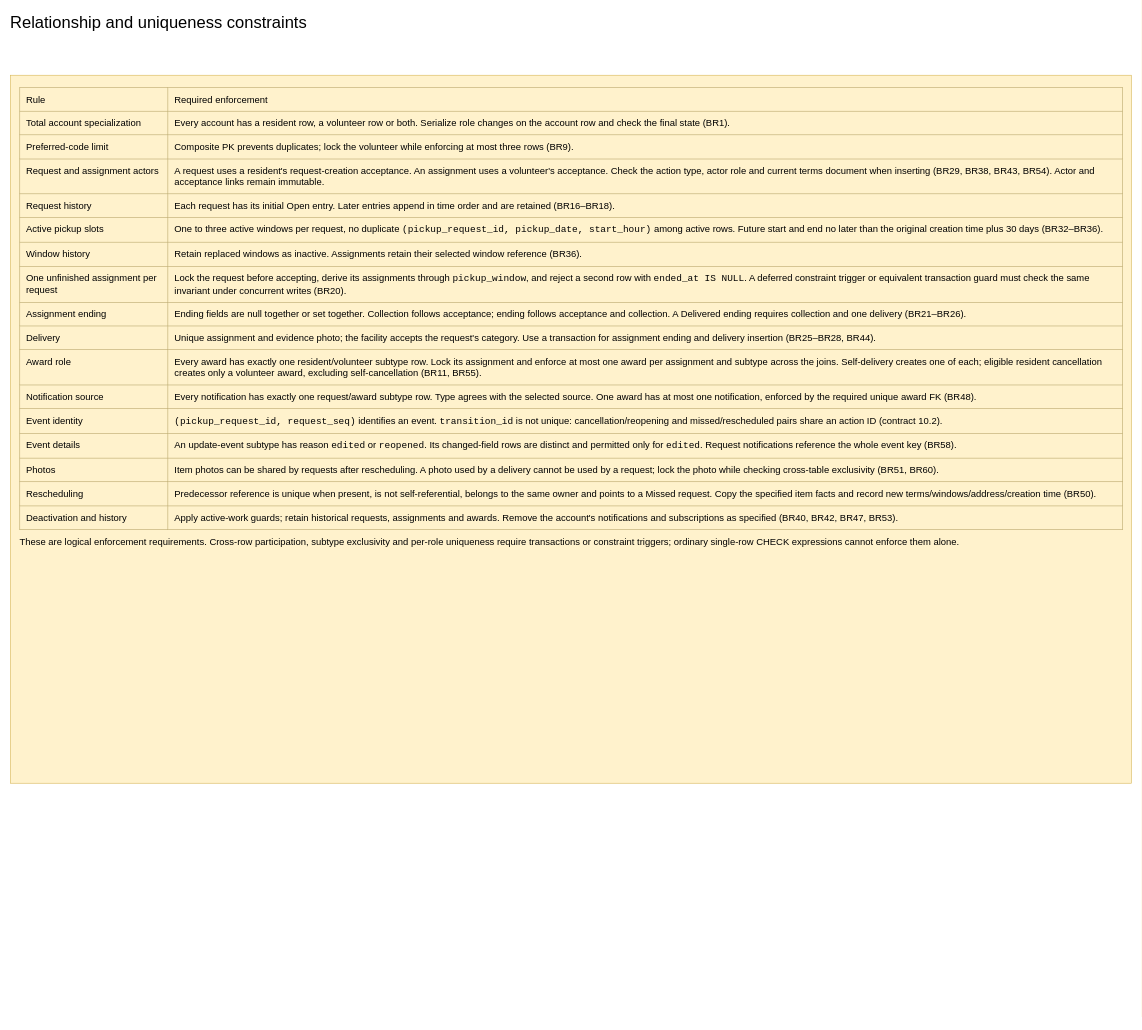
Before: page "Relationship and uniqueness constraints" (5 of 6) of docs/Final Submission/ENSF608/2. Logical model/Logical Database Model.drawio in dannydufau/ecocollect, a draw.io diagram. Source tidied: cells renumbered, new cells numbered last; positions are measured from the earlier drawing's top-left corner, leaving out a move shared by most shapes. Both pictures are drawn from the tidied source at 59%, with x=0, y=0 at pixel (10, 10).
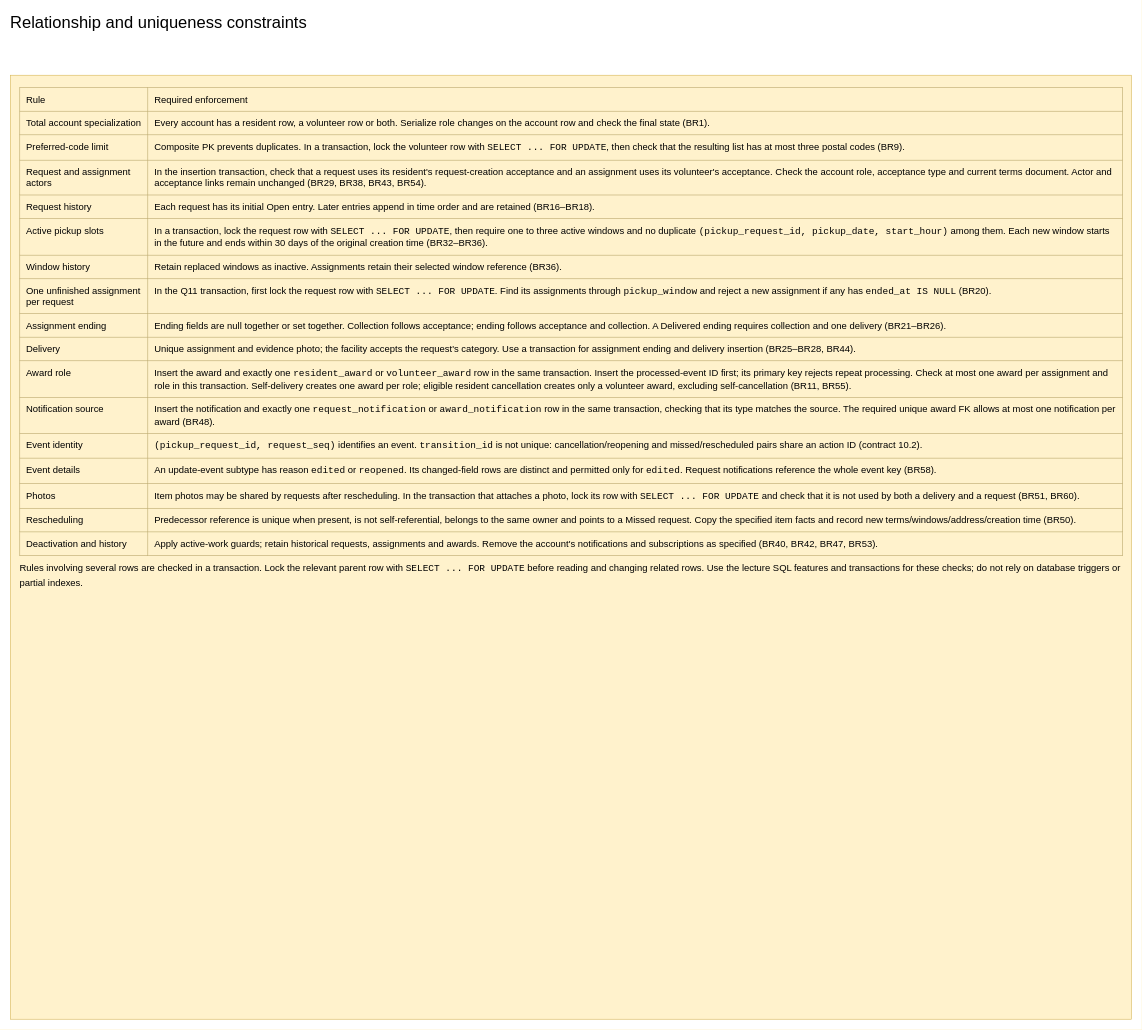
The same page after the edit.

Commit message (it also covers changes not shown here):
Align logical model and contracts with transaction checks

Change to the diagram source:
```diff
@@
 <mxGraphModel>
   <root>
     <mxCell id="0" />
     <mxCell id="1" parent="0" />
     <mxCell id="2" value="Relationship and uniqueness constraints" style="text;html=1;whiteSpace=wrap;align=left;verticalAlign=top;fontFamily=Helvetica;fontSize=28;fontColor=#000000;spacing=0;" parent="1" vertex="1">
       <mxGeometry width="1850" height="70" as="geometry" />
     </mxCell>
-    <mxCell id="3" value="&lt;table style=&quot;width:100%;border-collapse:collapse;font-size:16px&quot;&gt;&lt;tr&gt;&lt;td style=&quot;border:1px solid #b9a76c;padding:10px;vertical-align:top&quot;&gt;Rule&lt;/td&gt;&lt;td style=&quot;border:1px solid #b9a76c;padding:10px;vertical-align:top&quot;&gt;Required enforcement&lt;/td&gt;&lt;/tr&gt;&lt;tr&gt;&lt;td style=&quot;border:1px solid #b9a76c;padding:10px;vertical-align:top&quot;&gt;Total account specialization&lt;/td&gt;&lt;td style=&quot;border:1px solid #b9a76c;padding:10px;vertical-align:top&quot;&gt;Every account has a resident row, a volunteer row or both. Serialize role changes on the account row and check the final state (BR1).&lt;/td&gt;&lt;/tr&gt;&lt;tr&gt;&lt;td style=&quot;border:1px solid #b9a76c;padding:10px;vertical-align:top&quot;&gt;Preferred-code limit&lt;/td&gt;&lt;td style=&quot;border:1px solid #b9a76c;padding:10px;vertical-align:top&quot;&gt;Composite PK prevents duplicates; lock the volunteer while enforcing at most three rows (BR9).&lt;/td&gt;&lt;/tr&gt;&lt;tr&gt;&lt;td style=&quot;border:1px solid #b9a76c;padding:10px;vertical-align:top&quot;&gt;Request and assignment actors&lt;/td&gt;&lt;td style=&quot;border:1px solid #b9a76c;padding:10px;vertical-align:top&quot;&gt;A request uses a resident&amp;#x27;s request-creation acceptance. An assignment uses a volunteer&amp;#x27;s acceptance. Check the action type, actor role and current terms document when inserting (BR29, BR38, BR43, BR54). Actor and acceptance links remain immutable.&lt;/td&gt;&lt;/tr&gt;&lt;tr&gt;&lt;td style=&quot;border:1px solid #b9a76c;padding:10px;vertical-align:top&quot;&gt;Request history&lt;/td&gt;&lt;td style=&quot;border:1px solid #b9a76c;padding:10px;vertical-align:top&quot;&gt;Each request has its initial Open entry. Later entries append in time order and are retained (BR16–BR18).&lt;/td&gt;&lt;/tr&gt;&lt;tr&gt;&lt;td style=&quot;border:1px solid #b9a76c;padding:10px;vertical-align:top&quot;&gt;Active pickup slots&lt;/td&gt;&lt;td style=&quot;border:1px solid #b9a76c;padding:10px;vertical-align:top&quot;&gt;One to three active windows per request, no duplicate &lt;code&gt;(pickup_request_id, pickup_date, start_hour)&lt;/code&gt; among active rows. Future start and end no later than the original creation time plus 30 days (BR32–BR36).&lt;/td&gt;&lt;/tr&gt;&lt;tr&gt;&lt;td style=&quot;border:1px solid #b9a76c;padding:10px;vertical-align:top&quot;&gt;Window history&lt;/td&gt;&lt;td style=&quot;border:1px solid #b9a76c;padding:10px;vertical-align:top&quot;&gt;Retain replaced windows as inactive. Assignments retain their selected window reference (BR36).&lt;/td&gt;&lt;/tr&gt;&lt;tr&gt;&lt;td style=&quot;border:1px solid #b9a76c;padding:10px;vertical-align:top&quot;&gt;One unfinished assignment per request&lt;/td&gt;&lt;td style=&quot;border:1px solid #b9a76c;padding:10px;vertical-align:top&quot;&gt;Lock the request before accepting, derive its assignments through &lt;code&gt;pickup_window&lt;/code&gt;, and reject a second row with &lt;code&gt;ended_at IS NULL&lt;/code&gt;. A deferred constraint trigger or equivalent transaction guard must check the same invariant under concurrent writes (BR20).&lt;/td&gt;&lt;/tr&gt;&lt;tr&gt;&lt;td style=&quot;border:1px solid #b9a76c;padding:10px;vertical-align:top&quot;&gt;Assignment ending&lt;/td&gt;&lt;td style=&quot;border:1px solid #b9a76c;padding:10px;vertical-align:top&quot;&gt;Ending fields are null together or set together. Collection follows acceptance; ending follows acceptance and collection. A Delivered ending requires collection and one delivery (BR21–BR26).&lt;/td&gt;&lt;/tr&gt;&lt;tr&gt;&lt;td style=&quot;border:1px solid #b9a76c;padding:10px;vertical-align:top&quot;&gt;Delivery&lt;/td&gt;&lt;td style=&quot;border:1px solid #b9a76c;padding:10px;vertical-align:top&quot;&gt;Unique assignment and evidence photo; the facility accepts the request&amp;#x27;s category. Use a transaction for assignment ending and delivery insertion (BR25–BR28, BR44).&lt;/td&gt;&lt;/tr&gt;&lt;tr&gt;&lt;td style=&quot;border:1px solid #b9a76c;padding:10px;vertical-align:top&quot;&gt;Award role&lt;/td&gt;&lt;td style=&quot;border:1px solid #b9a76c;padding:10px;vertical-align:top&quot;&gt;Every award has exactly one resident/volunteer subtype row. Lock its assignment and enforce at most one award per assignment and subtype across the joins. Self-delivery creates one of each; eligible resident cancellation creates only a volunteer award, excluding self-cancellation (BR11, BR55).&lt;/td&gt;&lt;/tr&gt;&lt;tr&gt;&lt;td style=&quot;border:1px solid #b9a76c;padding:10px;vertical-align:top&quot;&gt;Notification source&lt;/td&gt;&lt;td style=&quot;border:1px solid #b9a76c;padding:10px;vertical-align:top&quot;&gt;Every notification has exactly one request/award subtype row. Type agrees with the selected source. One award has at most one notification, enforced by the required unique award FK (BR48).&lt;/td&gt;&lt;/tr&gt;&lt;tr&gt;&lt;td style=&quot;border:1px solid #b9a76c;padding:10px;vertical-align:top&quot;&gt;Event identity&lt;/td&gt;&lt;td style=&quot;border:1px solid #b9a76c;padding:10px;vertical-align:top&quot;&gt;&lt;code&gt;(pickup_request_id, request_seq)&lt;/code&gt; identifies an event. &lt;code&gt;transition_id&lt;/code&gt; is not unique: cancellation/reopening and missed/rescheduled pairs share an action ID (contract 10.2).&lt;/td&gt;&lt;/tr&gt;&lt;tr&gt;&lt;td style=&quot;border:1px solid #b9a76c;padding:10px;vertical-align:top&quot;&gt;Event details&lt;/td&gt;&lt;td style=&quot;border:1px solid #b9a76c;padding:10px;vertical-align:top&quot;&gt;An update-event subtype has reason &lt;code&gt;edited&lt;/code&gt; or &lt;code&gt;reopened&lt;/code&gt;. Its changed-field rows are distinct and permitted only for &lt;code&gt;edited&lt;/code&gt;. Request notifications reference the whole event key (BR58).&lt;/td&gt;&lt;/tr&gt;&lt;tr&gt;&lt;td style=&quot;border:1px solid #b9a76c;padding:10px;vertical-align:top&quot;&gt;Photos&lt;/td&gt;&lt;td style=&quot;border:1px solid #b9a76c;padding:10px;vertical-align:top&quot;&gt;Item photos can be shared by requests after rescheduling. A photo used by a delivery cannot be used by a request; lock the photo while checking cross-table exclusivity (BR51, BR60).&lt;/td&gt;&lt;/tr&gt;&lt;tr&gt;&lt;td style=&quot;border:1px solid #b9a76c;padding:10px;vertical-align:top&quot;&gt;Rescheduling&lt;/td&gt;&lt;td style=&quot;border:1px solid #b9a76c;padding:10px;vertical-align:top&quot;&gt;Predecessor reference is unique when present, is not self-referential, belongs to the same owner and points to a Missed request. Copy the specified item facts and record new terms/windows/address/creation time (BR50).&lt;/td&gt;&lt;/tr&gt;&lt;tr&gt;&lt;td style=&quot;border:1px solid #b9a76c;padding:10px;vertical-align:top&quot;&gt;Deactivation and history&lt;/td&gt;&lt;td style=&quot;border:1px solid #b9a76c;padding:10px;vertical-align:top&quot;&gt;Apply active-work guards; retain historical requests, assignments and awards. Remove the account&amp;#x27;s notifications and subscriptions as specified (BR40, BR42, BR47, BR53).&lt;/td&gt;&lt;/tr&gt;&lt;/table&gt;&lt;p style=&quot;line-height:1.45;margin:9px 0&quot;&gt;These are logical enforcement requirements. Cross-row participation, subtype exclusivity and per-role uniqueness require transactions or constraint triggers; ordinary single-row CHECK expressions cannot enforce them alone.&lt;/p&gt;" style="whiteSpace=wrap;html=1;fillColor=#fff2cc;strokeColor=#d6b656;align=left;verticalAlign=top;spacing=16;fontFamily=Helvetica;fontSize=16;fontColor=#000000;" parent="1" vertex="1">
-      <mxGeometry y="110" width="1900" height="1200" as="geometry" />
+    <mxCell id="3" value="&lt;table style=&quot;width:100%;border-collapse:collapse;font-size:16px&quot;&gt;&lt;tr&gt;&lt;td style=&quot;border:1px solid #b9a76c;padding:10px;vertical-align:top&quot;&gt;Rule&lt;/td&gt;&lt;td style=&quot;border:1px solid #b9a76c;padding:10px;vertical-align:top&quot;&gt;Required enforcement&lt;/td&gt;&lt;/tr&gt;&lt;tr&gt;&lt;td style=&quot;border:1px solid #b9a76c;padding:10px;vertical-align:top&quot;&gt;Total account specialization&lt;/td&gt;&lt;td style=&quot;border:1px solid #b9a76c;padding:10px;vertical-align:top&quot;&gt;Every account has a resident row, a volunteer row or both. Serialize role changes on the account row and check the final state (BR1).&lt;/td&gt;&lt;/tr&gt;&lt;tr&gt;&lt;td style=&quot;border:1px solid #b9a76c;padding:10px;vertical-align:top&quot;&gt;Preferred-code limit&lt;/td&gt;&lt;td style=&quot;border:1px solid #b9a76c;padding:10px;vertical-align:top&quot;&gt;Composite PK prevents duplicates. In a transaction, lock the volunteer row with &lt;code&gt;SELECT ... FOR UPDATE&lt;/code&gt;, then check that the resulting list has at most three postal codes (BR9).&lt;/td&gt;&lt;/tr&gt;&lt;tr&gt;&lt;td style=&quot;border:1px solid #b9a76c;padding:10px;vertical-align:top&quot;&gt;Request and assignment actors&lt;/td&gt;&lt;td style=&quot;border:1px solid #b9a76c;padding:10px;vertical-align:top&quot;&gt;In the insertion transaction, check that a request uses its resident&amp;#x27;s request-creation acceptance and an assignment uses its volunteer&amp;#x27;s acceptance. Check the account role, acceptance type and current terms document. Actor and acceptance links remain unchanged (BR29, BR38, BR43, BR54).&lt;/td&gt;&lt;/tr&gt;&lt;tr&gt;&lt;td style=&quot;border:1px solid #b9a76c;padding:10px;vertical-align:top&quot;&gt;Request history&lt;/td&gt;&lt;td style=&quot;border:1px solid #b9a76c;padding:10px;vertical-align:top&quot;&gt;Each request has its initial Open entry. Later entries append in time order and are retained (BR16–BR18).&lt;/td&gt;&lt;/tr&gt;&lt;tr&gt;&lt;td style=&quot;border:1px solid #b9a76c;padding:10px;vertical-align:top&quot;&gt;Active pickup slots&lt;/td&gt;&lt;td style=&quot;border:1px solid #b9a76c;padding:10px;vertical-align:top&quot;&gt;In a transaction, lock the request row with &lt;code&gt;SELECT ... FOR UPDATE&lt;/code&gt;, then require one to three active windows and no duplicate &lt;code&gt;(pickup_request_id, pickup_date, start_hour)&lt;/code&gt; among them. Each new window starts in the future and ends within 30 days of the original creation time (BR32–BR36).&lt;/td&gt;&lt;/tr&gt;&lt;tr&gt;&lt;td style=&quot;border:1px solid #b9a76c;padding:10px;vertical-align:top&quot;&gt;Window history&lt;/td&gt;&lt;td style=&quot;border:1px solid #b9a76c;padding:10px;vertical-align:top&quot;&gt;Retain replaced windows as inactive. Assignments retain their selected window reference (BR36).&lt;/td&gt;&lt;/tr&gt;&lt;tr&gt;&lt;td style=&quot;border:1px solid #b9a76c;padding:10px;vertical-align:top&quot;&gt;One unfinished assignment per request&lt;/td&gt;&lt;td style=&quot;border:1px solid #b9a76c;padding:10px;vertical-align:top&quot;&gt;In the Q11 transaction, first lock the request row with &lt;code&gt;SELECT ... FOR UPDATE&lt;/code&gt;. Find its assignments through &lt;code&gt;pickup_window&lt;/code&gt; and reject a new assignment if any has &lt;code&gt;ended_at IS NULL&lt;/code&gt; (BR20).&lt;/td&gt;&lt;/tr&gt;&lt;tr&gt;&lt;td style=&quot;border:1px solid #b9a76c;padding:10px;vertical-align:top&quot;&gt;Assignment ending&lt;/td&gt;&lt;td style=&quot;border:1px solid #b9a76c;padding:10px;vertical-align:top&quot;&gt;Ending fields are null together or set together. Collection follows acceptance; ending follows acceptance and collection. A Delivered ending requires collection and one delivery (BR21–BR26).&lt;/td&gt;&lt;/tr&gt;&lt;tr&gt;&lt;td style=&quot;border:1px solid #b9a76c;padding:10px;vertical-align:top&quot;&gt;Delivery&lt;/td&gt;&lt;td style=&quot;border:1px solid #b9a76c;padding:10px;vertical-align:top&quot;&gt;Unique assignment and evidence photo; the facility accepts the request&amp;#x27;s category. Use a transaction for assignment ending and delivery insertion (BR25–BR28, BR44).&lt;/td&gt;&lt;/tr&gt;&lt;tr&gt;&lt;td style=&quot;border:1px solid #b9a76c;padding:10px;vertical-align:top&quot;&gt;Award role&lt;/td&gt;&lt;td style=&quot;border:1px solid #b9a76c;padding:10px;vertical-align:top&quot;&gt;Insert the award and exactly one &lt;code&gt;resident_award&lt;/code&gt; or &lt;code&gt;volunteer_award&lt;/code&gt; row in the same transaction. Insert the processed-event ID first; its primary key rejects repeat processing. Check at most one award per assignment and role in this transaction. Self-delivery creates one award per role; eligible resident cancellation creates only a volunteer award, excluding self-cancellation (BR11, BR55).&lt;/td&gt;&lt;/tr&gt;&lt;tr&gt;&lt;td style=&quot;border:1px solid #b9a76c;padding:10px;vertical-align:top&quot;&gt;Notification source&lt;/td&gt;&lt;td style=&quot;border:1px solid #b9a76c;padding:10px;vertical-align:top&quot;&gt;Insert the notification and exactly one &lt;code&gt;request_notification&lt;/code&gt; or &lt;code&gt;award_notification&lt;/code&gt; row in the same transaction, checking that its type matches the source. The required unique award FK allows at most one notification per award (BR48).&lt;/td&gt;&lt;/tr&gt;&lt;tr&gt;&lt;td style=&quot;border:1px solid #b9a76c;padding:10px;vertical-align:top&quot;&gt;Event identity&lt;/td&gt;&lt;td style=&quot;border:1px solid #b9a76c;padding:10px;vertical-align:top&quot;&gt;&lt;code&gt;(pickup_request_id, request_seq)&lt;/code&gt; identifies an event. &lt;code&gt;transition_id&lt;/code&gt; is not unique: cancellation/reopening and missed/rescheduled pairs share an action ID (contract 10.2).&lt;/td&gt;&lt;/tr&gt;&lt;tr&gt;&lt;td style=&quot;border:1px solid #b9a76c;padding:10px;vertical-align:top&quot;&gt;Event details&lt;/td&gt;&lt;td style=&quot;border:1px solid #b9a76c;padding:10px;vertical-align:top&quot;&gt;An update-event subtype has reason &lt;code&gt;edited&lt;/code&gt; or &lt;code&gt;reopened&lt;/code&gt;. Its changed-field rows are distinct and permitted only for &lt;code&gt;edited&lt;/code&gt;. Request notifications reference the whole event key (BR58).&lt;/td&gt;&lt;/tr&gt;&lt;tr&gt;&lt;td style=&quot;border:1px solid #b9a76c;padding:10px;vertical-align:top&quot;&gt;Photos&lt;/td&gt;&lt;td style=&quot;border:1px solid #b9a76c;padding:10px;vertical-align:top&quot;&gt;Item photos may be shared by requests after rescheduling. In the transaction that attaches a photo, lock its row with &lt;code&gt;SELECT ... FOR UPDATE&lt;/code&gt; and check that it is not used by both a delivery and a request (BR51, BR60).&lt;/td&gt;&lt;/tr&gt;&lt;tr&gt;&lt;td style=&quot;border:1px solid #b9a76c;padding:10px;vertical-align:top&quot;&gt;Rescheduling&lt;/td&gt;&lt;td style=&quot;border:1px solid #b9a76c;padding:10px;vertical-align:top&quot;&gt;Predecessor reference is unique when present, is not self-referential, belongs to the same owner and points to a Missed request. Copy the specified item facts and record new terms/windows/address/creation time (BR50).&lt;/td&gt;&lt;/tr&gt;&lt;tr&gt;&lt;td style=&quot;border:1px solid #b9a76c;padding:10px;vertical-align:top&quot;&gt;Deactivation and history&lt;/td&gt;&lt;td style=&quot;border:1px solid #b9a76c;padding:10px;vertical-align:top&quot;&gt;Apply active-work guards; retain historical requests, assignments and awards. Remove the account&amp;#x27;s notifications and subscriptions as specified (BR40, BR42, BR47, BR53).&lt;/td&gt;&lt;/tr&gt;&lt;/table&gt;&lt;p style=&quot;line-height:1.45;margin:9px 0&quot;&gt;Rules involving several rows are checked in a transaction. Lock the relevant parent row with &lt;code&gt;SELECT ... FOR UPDATE&lt;/code&gt; before reading and changing related rows. Use the lecture SQL features and transactions for these checks; do not rely on database triggers or partial indexes.&lt;/p&gt;" style="whiteSpace=wrap;html=1;fillColor=#fff2cc;strokeColor=#d6b656;align=left;verticalAlign=top;spacing=16;fontFamily=Helvetica;fontSize=16;fontColor=#000000;" parent="1" vertex="1">
+      <mxGeometry y="110" width="1900" height="1600" as="geometry" />
     </mxCell>
   </root>
 </mxGraphModel>
```
